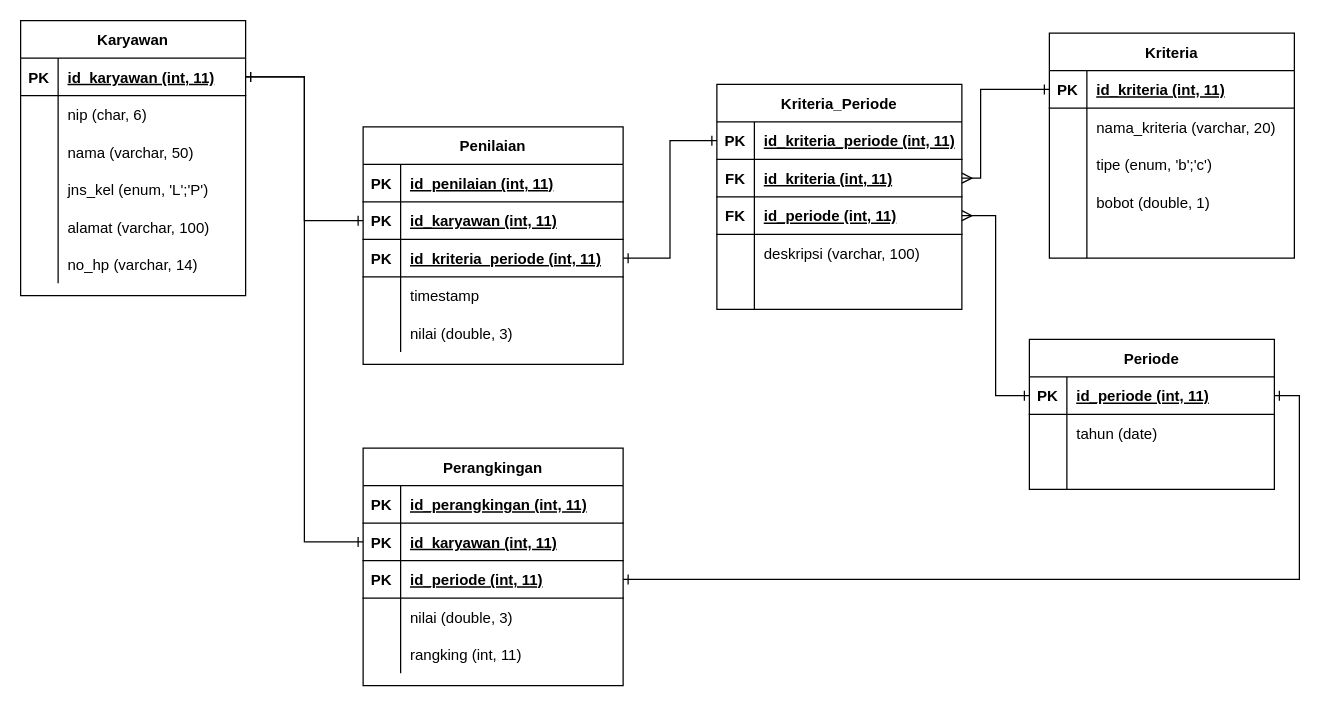
Earlier version of the draw.io diagram page "Relasi Tabel" (3 of 3) of desain aplikasi.drawio (reza21/spk-saw). Source tidied: cells renumbered, new cells numbered last; positions are measured from the earlier drawing's top-left corner, leaving out a move shared by most shapes. Both pictures are drawn from the tidied source at 125%, with x=0, y=0 at pixel (20, 20).
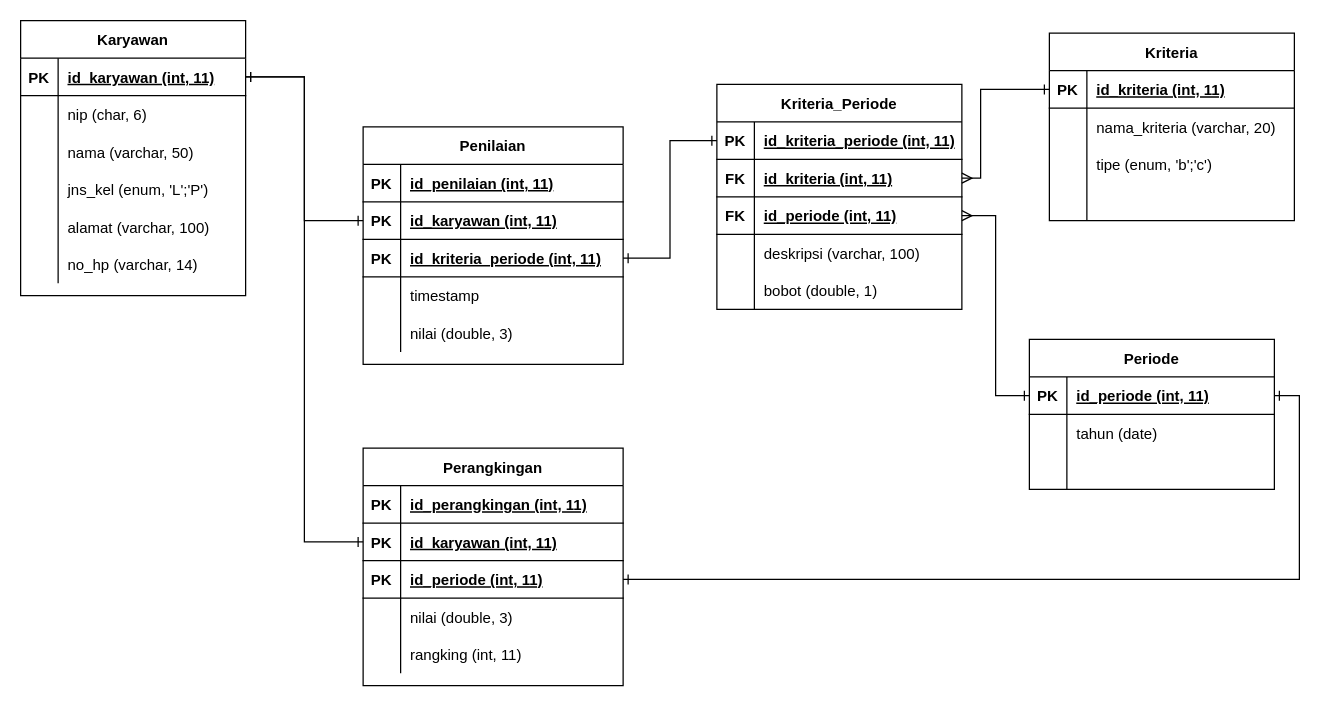
After the change.

Commit message:
update desain database

The change refers to these unchanged cells:
```xml
<mxCell id="60" style="shape=partialRectangle;fillColor=none;top=0;left=0;bottom=0;right=0;" parent="47" vertex="1">
  <mxGeometry y="150" width="196" height="30" as="geometry" />
</mxCell>
```

Change to the diagram source:
```diff
@@
     <mxCell id="21" value="Kriteria" style="shape=table;startSize=30;childLayout=tableLayout;rowLines=0;fontStyle=1;align=center;" parent="1" vertex="1">
-      <mxGeometry x="823" y="10" width="196" height="180" as="geometry" />
+      <mxGeometry x="823" y="10" width="196" height="150" as="geometry" />
     </mxCell>
@@
-    <mxCell id="31" style="shape=partialRectangle;fillColor=none;top=0;left=0;bottom=0;right=0;" parent="21" vertex="1">
-      <mxGeometry y="120" width="196" height="30" as="geometry" />
-    </mxCell>
-    <mxCell id="32" style="shape=partialRectangle;fillColor=none;top=0;left=0;bottom=0;right=0;overflow=hidden;" parent="31" vertex="1">
-      <mxGeometry width="30" height="30" as="geometry" />
-    </mxCell>
-    <mxCell id="33" value="bobot (double, 1)" style="shape=partialRectangle;fillColor=none;top=0;left=0;bottom=0;right=0;align=left;spacingLeft=6;overflow=hidden;" parent="31" vertex="1">
-      <mxGeometry x="30" width="166" height="30" as="geometry" />
-    </mxCell>
     <mxCell id="34" style="shape=partialRectangle;fillColor=none;top=0;left=0;bottom=0;right=0;" parent="21" vertex="1">
-      <mxGeometry y="150" width="196" height="30" as="geometry" />
+      <mxGeometry y="120" width="196" height="30" as="geometry" />
     </mxCell>
@@
-    <mxCell id="62" style="shape=partialRectangle;fillColor=none;top=0;left=0;bottom=0;right=0;align=left;spacingLeft=6;overflow=hidden;" parent="60" vertex="1">
+    <mxCell id="62" value="bobot (double, 1)" style="shape=partialRectangle;fillColor=none;top=0;left=0;bottom=0;right=0;align=left;spacingLeft=6;overflow=hidden;" parent="60" vertex="1">
       <mxGeometry x="30" width="166" height="30" as="geometry" />
     </mxCell>
```
